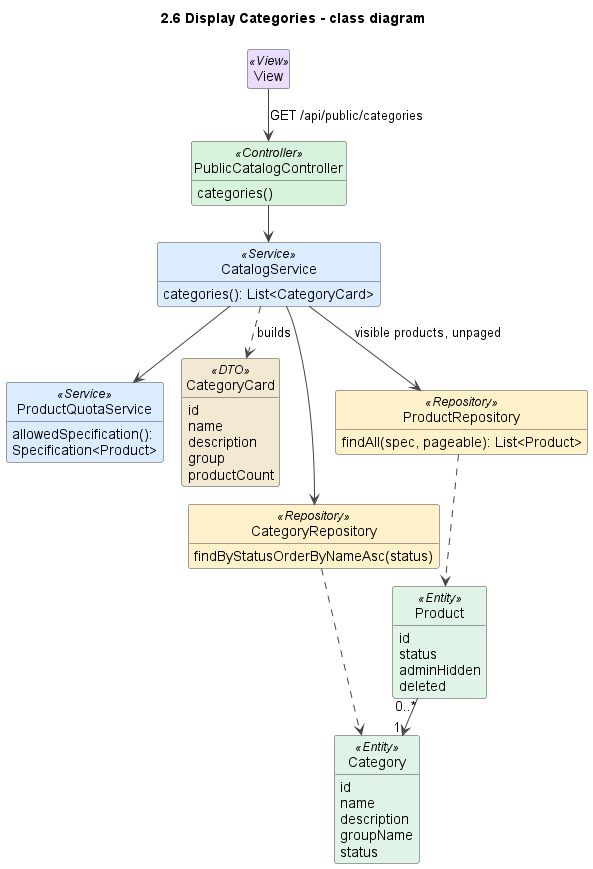
duckpao/FlowerShop_SWP391 keeps this PlantUML diagram as docs/sds/2.6-categories-class.png. Above is the earlier version. The source it was exported from:
```plantuml
@startuml
!pragma layout smetana
title 2.6 Display Categories - class diagram
skinparam shadowing false
skinparam defaultFontName Arial
skinparam wrapWidth 240
skinparam ArrowColor #444444
skinparam classAttributeIconSize 0
skinparam nodesep 45
skinparam ranksep 50
skinparam class {
  BackgroundColor #FFFFFF
  BorderColor #444444
  BackgroundColor<<View>> #EADCFF
  BackgroundColor<<Controller>> #D8F3DC
  BackgroundColor<<Service>> #DCECFF
  BackgroundColor<<Repository>> #FFF1C9
  BackgroundColor<<Entity>> #E0F3E7
  BackgroundColor<<DTO>> #F3E9D2
  BackgroundColor<<External>> #FFE0E0
}
hide empty members
hide circle

class View <<View>>
class PublicCatalogController <<Controller>> {
  categories()
}
class CatalogService <<Service>> {
  categories(): List<CategoryCard>
}
class ProductQuotaService <<Service>> {
  allowedSpecification(): Specification<Product>
}
class CategoryCard <<DTO>> {
  id
  name
  description
  group
  productCount
}
class CategoryRepository <<Repository>> {
  findByStatusOrderByNameAsc(status)
}
class ProductRepository <<Repository>> {
  findAll(spec, pageable): List<Product>
}
class Category <<Entity>> {
  id
  name
  description
  groupName
  status
}
class Product <<Entity>> {
  id
  status
  adminHidden
  deleted
}

View --> PublicCatalogController : GET /api/public/categories
PublicCatalogController --> CatalogService
CatalogService --> ProductRepository : visible products, unpaged
CatalogService --> ProductQuotaService
CatalogService --> CategoryRepository
CatalogService ..> CategoryCard : builds
CategoryRepository ..> Category
ProductRepository ..> Product
Product "0..*" --> "1" Category

@enduml
```
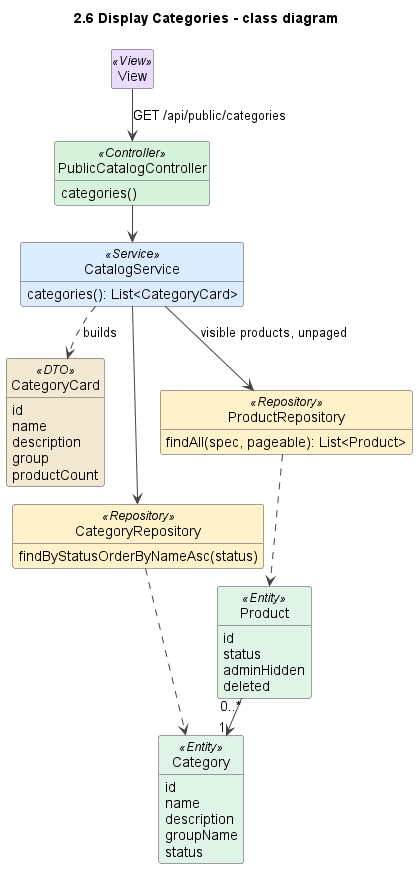
The same file after the commit.

Change to the diagram source:
```diff
@@ -29,9 +29,6 @@
 class CatalogService <<Service>> {
   categories(): List<CategoryCard>
 }
-class ProductQuotaService <<Service>> {
-  allowedSpecification(): Specification<Product>
-}
 class CategoryCard <<DTO>> {
   id
   name
@@ -62,7 +59,6 @@
 View --> PublicCatalogController : GET /api/public/categories
 PublicCatalogController --> CatalogService
 CatalogService --> ProductRepository : visible products, unpaged
-CatalogService --> ProductQuotaService
 CatalogService --> CategoryRepository
 CatalogService ..> CategoryCard : builds
 CategoryRepository ..> Category
```
